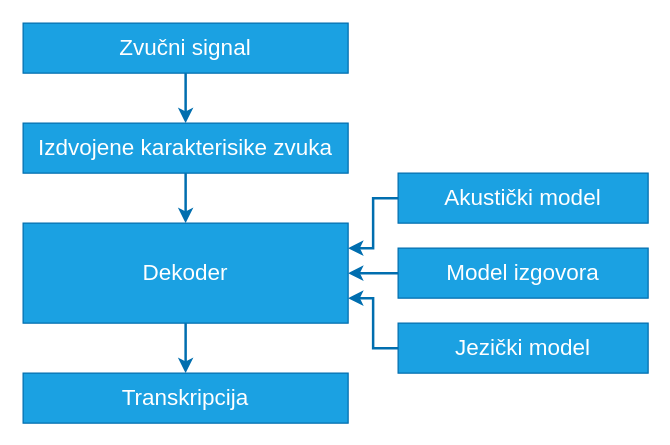
The draw.io diagram images/statistical_model.drawio in VladimirV99/AutomaticSpeechRecognition, before the edit. Source tidied: cells renumbered, new cells numbered last; positions are measured from the earlier drawing's top-left corner, leaving out a move shared by most shapes. Both pictures are drawn from the tidied source at 125%, with x=0, y=0 at pixel (22, 22).
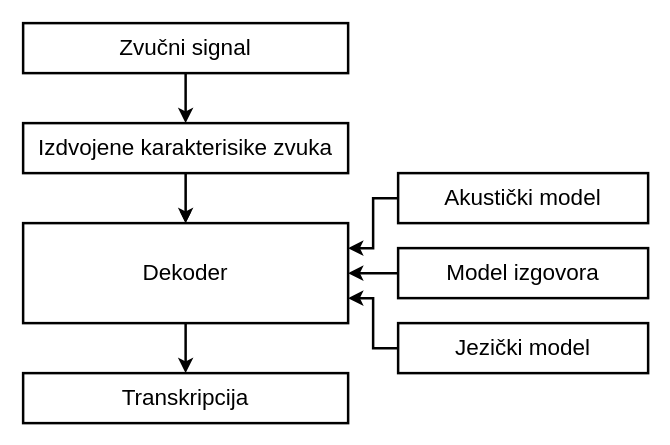
The same diagram, later.

Commit message (it also covers changes not shown here):
Remove color from statistical model image

Diff of the diagram source:
```diff
@@
 <mxGraphModel>
   <root>
     <mxCell id="0" />
     <mxCell id="1" parent="0" />
-    <mxCell id="2" style="edgeStyle=orthogonalEdgeStyle;rounded=0;jettySize=auto;html=1;fontSize=18;strokeWidth=2;fillColor=#1ba1e2;strokeColor=#006EAF;" parent="1" edge="1" source="3" target="5">
+    <mxCell id="2" style="edgeStyle=orthogonalEdgeStyle;rounded=0;jettySize=auto;html=1;fontSize=18;strokeWidth=2;fillColor=#1ba1e2;strokeColor=#000000;" parent="1" edge="1" source="3" target="5">
       <mxGeometry relative="1" as="geometry" />
     </mxCell>
-    <mxCell id="3" value="&lt;font style=&quot;font-size: 18px&quot;&gt;Zvučni signal&lt;/font&gt;" style="rounded=0;whiteSpace=wrap;html=1;fillColor=#1ba1e2;strokeColor=#006EAF;fontColor=#ffffff;" parent="1" vertex="1">
+    <mxCell id="3" value="&lt;font style=&quot;font-size: 18px&quot;&gt;Zvučni signal&lt;/font&gt;" style="rounded=0;whiteSpace=wrap;html=1;strokeWidth=2;" parent="1" vertex="1">
       <mxGeometry width="260" height="40" as="geometry" />
     </mxCell>
-    <mxCell id="4" style="edgeStyle=orthogonalEdgeStyle;rounded=0;jettySize=auto;html=1;entryX=0.5;entryY=0;entryDx=0;entryDy=0;fontSize=18;strokeWidth=2;fillColor=#1ba1e2;strokeColor=#006EAF;" parent="1" edge="1" source="5" target="7">
+    <mxCell id="4" style="edgeStyle=orthogonalEdgeStyle;rounded=0;jettySize=auto;html=1;entryX=0.5;entryY=0;entryDx=0;entryDy=0;fontSize=18;strokeWidth=2;fillColor=#1ba1e2;strokeColor=#000000;" parent="1" edge="1" source="5" target="7">
       <mxGeometry relative="1" as="geometry" />
     </mxCell>
+    <mxCell id="15" style="edgeStyle=orthogonalEdgeStyle;rounded=0;jettySize=auto;html=1;strokeColor=#000000;" parent="1" edge="1" source="5" target="7">
+      <mxGeometry relative="1" as="geometry" />
+    </mxCell>
-    <mxCell id="5" value="Izdvojene karakterisike zvuka" style="rounded=0;whiteSpace=wrap;html=1;fontSize=18;fillColor=#1ba1e2;fontColor=#ffffff;strokeColor=#006EAF;" parent="1" vertex="1">
+    <mxCell id="5" value="Izdvojene karakterisike zvuka" style="rounded=0;whiteSpace=wrap;html=1;fontSize=18;strokeWidth=2;" parent="1" vertex="1">
       <mxGeometry y="80" width="260" height="40" as="geometry" />
     </mxCell>
-    <mxCell id="6" style="edgeStyle=orthogonalEdgeStyle;rounded=0;jettySize=auto;html=1;entryX=0.5;entryY=0;entryDx=0;entryDy=0;fontSize=18;fillColor=#1ba1e2;strokeColor=#006EAF;strokeWidth=2;" parent="1" edge="1" source="7" target="14">
+    <mxCell id="6" style="edgeStyle=orthogonalEdgeStyle;rounded=0;jettySize=auto;html=1;entryX=0.5;entryY=0;entryDx=0;entryDy=0;fontSize=18;fillColor=#1ba1e2;strokeColor=#000000;strokeWidth=2;" parent="1" edge="1" source="7" target="14">
       <mxGeometry relative="1" as="geometry" />
     </mxCell>
-    <mxCell id="7" value="&lt;font style=&quot;font-size: 18px&quot;&gt;Dekoder&lt;/font&gt;" style="rounded=0;whiteSpace=wrap;html=1;fillColor=#1ba1e2;strokeColor=#006EAF;fontColor=#ffffff;" parent="1" vertex="1">
+    <mxCell id="7" value="&lt;font style=&quot;font-size: 18px&quot;&gt;Dekoder&lt;/font&gt;" style="rounded=0;whiteSpace=wrap;html=1;strokeWidth=2;" parent="1" vertex="1">
       <mxGeometry y="160" width="260" height="80" as="geometry" />
     </mxCell>
-    <mxCell id="8" style="edgeStyle=orthogonalEdgeStyle;rounded=0;jettySize=auto;html=1;entryX=1;entryY=0.5;entryDx=0;entryDy=0;fontSize=18;fillColor=#1ba1e2;strokeColor=#006EAF;strokeWidth=2;" parent="1" edge="1" source="9" target="7">
+    <mxCell id="8" style="edgeStyle=orthogonalEdgeStyle;rounded=0;jettySize=auto;html=1;entryX=1;entryY=0.5;entryDx=0;entryDy=0;fontSize=18;fillColor=#1ba1e2;strokeColor=#000000;strokeWidth=2;" parent="1" edge="1" source="9" target="7">
       <mxGeometry relative="1" as="geometry" />
     </mxCell>
-    <mxCell id="9" value="&lt;font style=&quot;font-size: 18px&quot;&gt;Model izgovora&lt;br&gt;&lt;/font&gt;" style="rounded=0;whiteSpace=wrap;html=1;fillColor=#1ba1e2;strokeColor=#006EAF;fontColor=#ffffff;" parent="1" vertex="1">
+    <mxCell id="9" value="&lt;font style=&quot;font-size: 18px&quot;&gt;Model izgovora&lt;br&gt;&lt;/font&gt;" style="rounded=0;whiteSpace=wrap;html=1;strokeWidth=2;" parent="1" vertex="1">
       <mxGeometry x="300" y="180" width="200" height="40" as="geometry" />
     </mxCell>
-    <mxCell id="10" style="edgeStyle=orthogonalEdgeStyle;rounded=0;jettySize=auto;html=1;entryX=1;entryY=0.25;entryDx=0;entryDy=0;fontSize=18;fillColor=#1ba1e2;strokeColor=#006EAF;strokeWidth=2;" parent="1" edge="1" source="11" target="7">
+    <mxCell id="10" style="edgeStyle=orthogonalEdgeStyle;rounded=0;jettySize=auto;html=1;entryX=1;entryY=0.25;entryDx=0;entryDy=0;fontSize=18;fillColor=#1ba1e2;strokeColor=#000000;strokeWidth=2;" parent="1" edge="1" source="11" target="7">
       <mxGeometry relative="1" as="geometry" />
     </mxCell>
-    <mxCell id="11" value="&lt;font style=&quot;font-size: 18px&quot;&gt;Akustički model&lt;br&gt;&lt;/font&gt;" style="rounded=0;whiteSpace=wrap;html=1;fillColor=#1ba1e2;strokeColor=#006EAF;fontColor=#ffffff;" parent="1" vertex="1">
+    <mxCell id="11" value="&lt;font style=&quot;font-size: 18px&quot;&gt;Akustički model&lt;br&gt;&lt;/font&gt;" style="rounded=0;whiteSpace=wrap;html=1;strokeWidth=2;" parent="1" vertex="1">
       <mxGeometry x="300" y="120" width="200" height="40" as="geometry" />
     </mxCell>
-    <mxCell id="12" style="edgeStyle=orthogonalEdgeStyle;rounded=0;jettySize=auto;html=1;entryX=1;entryY=0.75;entryDx=0;entryDy=0;fontSize=18;fillColor=#1ba1e2;strokeColor=#006EAF;strokeWidth=2;" parent="1" edge="1" source="13" target="7">
+    <mxCell id="12" style="edgeStyle=orthogonalEdgeStyle;rounded=0;jettySize=auto;html=1;entryX=1;entryY=0.75;entryDx=0;entryDy=0;fontSize=18;fillColor=#1ba1e2;strokeColor=#000000;strokeWidth=2;" parent="1" edge="1" source="13" target="7">
       <mxGeometry relative="1" as="geometry" />
     </mxCell>
-    <mxCell id="13" value="&lt;font style=&quot;font-size: 18px&quot;&gt;Jezički model&lt;br&gt;&lt;/font&gt;" style="rounded=0;whiteSpace=wrap;html=1;fillColor=#1ba1e2;strokeColor=#006EAF;fontColor=#ffffff;" parent="1" vertex="1">
+    <mxCell id="13" value="&lt;font style=&quot;font-size: 18px&quot;&gt;Jezički model&lt;br&gt;&lt;/font&gt;" style="rounded=0;whiteSpace=wrap;html=1;strokeWidth=2;" parent="1" vertex="1">
       <mxGeometry x="300" y="240" width="200" height="40" as="geometry" />
     </mxCell>
-    <mxCell id="14" value="&lt;font style=&quot;font-size: 18px&quot;&gt;Transkripcija&lt;/font&gt;" style="rounded=0;whiteSpace=wrap;html=1;fillColor=#1ba1e2;strokeColor=#006EAF;fontColor=#ffffff;" parent="1" vertex="1">
+    <mxCell id="14" value="&lt;font style=&quot;font-size: 18px&quot;&gt;Transkripcija&lt;/font&gt;" style="rounded=0;whiteSpace=wrap;html=1;strokeWidth=2;" parent="1" vertex="1">
       <mxGeometry y="280" width="260" height="40" as="geometry" />
     </mxCell>
   </root>
 </mxGraphModel>
```
